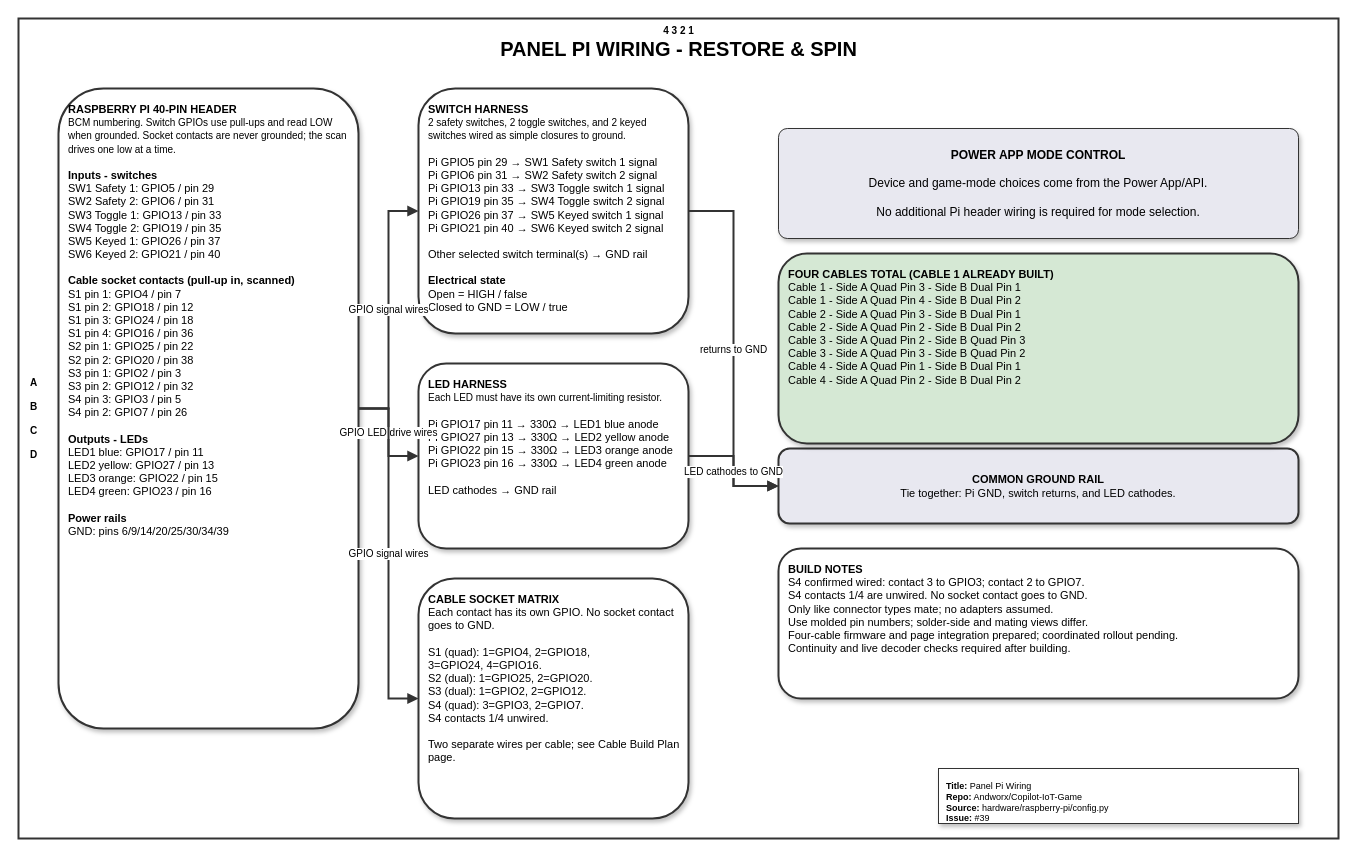
The draw.io diagram page "Panel Pi Wiring" (1 of 2) of hardware/raspberry-pi/panel-pi-wiring.drawio in Andworx/Copilot-IoT-Game, before the edit. Source tidied: cells renumbered, new cells numbered last; positions are measured from the earlier drawing's top-left corner, leaving out a move shared by most shapes. Both pictures are drawn from the tidied source at 100%, with x=0, y=0 at pixel (18, 18).
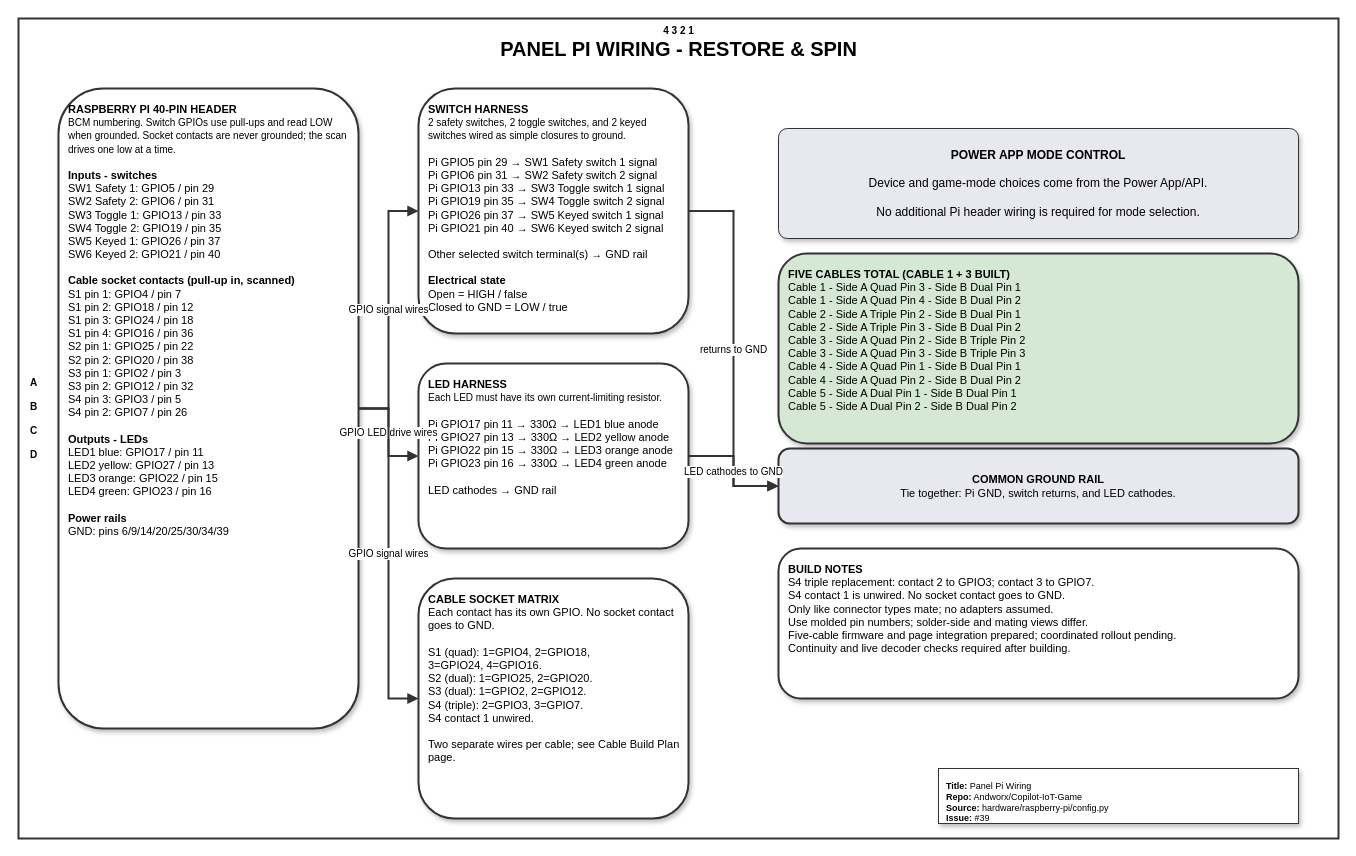
Above is the later version.

Change to the diagram source:
```diff
@@
-    <mxCell id="9" value="&lt;b&gt;CABLE SOCKET MATRIX&lt;/b&gt;&lt;br&gt;Each contact has its own GPIO. No socket contact goes to GND.&lt;br&gt;&lt;br&gt;S1 (quad): 1=GPIO4, 2=GPIO18,&lt;br&gt;3=GPIO24, 4=GPIO16.&lt;br&gt;S2 (dual): 1=GPIO25, 2=GPIO20.&lt;br&gt;S3 (dual): 1=GPIO2, 2=GPIO12.&lt;br&gt;S4 (quad): 3=GPIO3, 2=GPIO7.&lt;br&gt;S4 contacts 1/4 unwired.&lt;br&gt;&lt;br&gt;Two separate wires per cable; see Cable Build Plan page." style="rounded=1;shadow=1;strokeColor=#333333;fillColor=#FFFFFF;strokeWidth=2;fontSize=11;fontFamily=Helvetica;align=left;verticalAlign=top;spacing=10;whiteSpace=wrap;html=1;" parent="1" vertex="1">
+    <mxCell id="9" value="&lt;b&gt;CABLE SOCKET MATRIX&lt;/b&gt;&lt;br&gt;Each contact has its own GPIO. No socket contact goes to GND.&lt;br&gt;&lt;br&gt;S1 (quad): 1=GPIO4, 2=GPIO18,&lt;br&gt;3=GPIO24, 4=GPIO16.&lt;br&gt;S2 (dual): 1=GPIO25, 2=GPIO20.&lt;br&gt;S3 (dual): 1=GPIO2, 2=GPIO12.&lt;br&gt;S4 (triple): 2=GPIO3, 3=GPIO7.&lt;br&gt;S4 contact 1 unwired.&lt;br&gt;&lt;br&gt;Two separate wires per cable; see Cable Build Plan page." style="rounded=1;shadow=1;strokeColor=#333333;fillColor=#FFFFFF;strokeWidth=2;fontSize=11;fontFamily=Helvetica;align=left;verticalAlign=top;spacing=10;whiteSpace=wrap;html=1;" parent="1" vertex="1">
       <mxGeometry x="400" y="560" width="270" height="240" as="geometry" />
     </mxCell>
@@
-    <mxCell id="11" value="&lt;b&gt;FOUR CABLES TOTAL (CABLE 1 ALREADY BUILT)&lt;/b&gt;&lt;br&gt;Cable 1 - Side A Quad Pin 3 - Side B Dual Pin 1&lt;br&gt;Cable 1 - Side A Quad Pin 4 - Side B Dual Pin 2&lt;br&gt;Cable 2 - Side A Quad Pin 3 - Side B Dual Pin 1&lt;br&gt;Cable 2 - Side A Quad Pin 2 - Side B Dual Pin 2&lt;br&gt;Cable 3 - Side A Quad Pin 2 - Side B Quad Pin 3&lt;br&gt;Cable 3 - Side A Quad Pin 3 - Side B Quad Pin 2&lt;br&gt;Cable 4 - Side A Quad Pin 1 - Side B Dual Pin 1&lt;br&gt;Cable 4 - Side A Quad Pin 2 - Side B Dual Pin 2" style="rounded=1;shadow=1;strokeColor=#333333;fillColor=#D5E8D4;strokeWidth=2;fontSize=11;fontFamily=Helvetica;align=left;verticalAlign=top;spacing=10;whiteSpace=wrap;html=1;" parent="1" vertex="1">
+    <mxCell id="11" value="&lt;b&gt;FIVE CABLES TOTAL (CABLE 1 + 3 BUILT)&lt;/b&gt;&lt;br&gt;Cable 1 - Side A Quad Pin 3 - Side B Dual Pin 1&lt;br&gt;Cable 1 - Side A Quad Pin 4 - Side B Dual Pin 2&lt;br&gt;Cable 2 - Side A Triple Pin 2 - Side B Dual Pin 1&lt;br&gt;Cable 2 - Side A Triple Pin 3 - Side B Dual Pin 2&lt;br&gt;Cable 3 - Side A Quad Pin 2 - Side B Triple Pin 2&lt;br&gt;Cable 3 - Side A Quad Pin 3 - Side B Triple Pin 3&lt;br&gt;Cable 4 - Side A Quad Pin 1 - Side B Dual Pin 1&lt;br&gt;Cable 4 - Side A Quad Pin 2 - Side B Dual Pin 2&lt;br&gt;Cable 5 - Side A Dual Pin 1 - Side B Dual Pin 1&lt;br&gt;Cable 5 - Side A Dual Pin 2 - Side B Dual Pin 2" style="rounded=1;shadow=1;strokeColor=#333333;fillColor=#D5E8D4;strokeWidth=2;fontSize=11;fontFamily=Helvetica;align=left;verticalAlign=top;spacing=10;whiteSpace=wrap;html=1;" parent="1" vertex="1">
       <mxGeometry x="760" y="235" width="520" height="190" as="geometry" />
     </mxCell>
-    <mxCell id="12" value="&lt;b&gt;BUILD NOTES&lt;/b&gt;&lt;br&gt;S4 confirmed wired: contact 3 to GPIO3; contact 2 to GPIO7.&lt;br&gt;S4 contacts 1/4 are unwired. No socket contact goes to GND.&lt;br&gt;Only like connector types mate; no adapters assumed.&lt;br&gt;Use molded pin numbers; solder-side and mating views differ.&lt;br&gt;Four-cable firmware and page integration prepared; coordinated rollout pending.&lt;br&gt;Continuity and live decoder checks required after building." style="rounded=1;shadow=1;strokeColor=#333333;fillColor=#FFFFFF;strokeWidth=2;fontSize=11;fontFamily=Helvetica;align=left;verticalAlign=top;spacing=10;whiteSpace=wrap;html=1;" parent="1" vertex="1">
+    <mxCell id="12" value="&lt;b&gt;BUILD NOTES&lt;/b&gt;&lt;br&gt;S4 triple replacement: contact 2 to GPIO3; contact 3 to GPIO7.&lt;br&gt;S4 contact 1 is unwired. No socket contact goes to GND.&lt;br&gt;Only like connector types mate; no adapters assumed.&lt;br&gt;Use molded pin numbers; solder-side and mating views differ.&lt;br&gt;Five-cable firmware and page integration prepared; coordinated rollout pending.&lt;br&gt;Continuity and live decoder checks required after building." style="rounded=1;shadow=1;strokeColor=#333333;fillColor=#FFFFFF;strokeWidth=2;fontSize=11;fontFamily=Helvetica;align=left;verticalAlign=top;spacing=10;whiteSpace=wrap;html=1;" parent="1" vertex="1">
       <mxGeometry x="760" y="530" width="520" height="150" as="geometry" />
     </mxCell>
```
